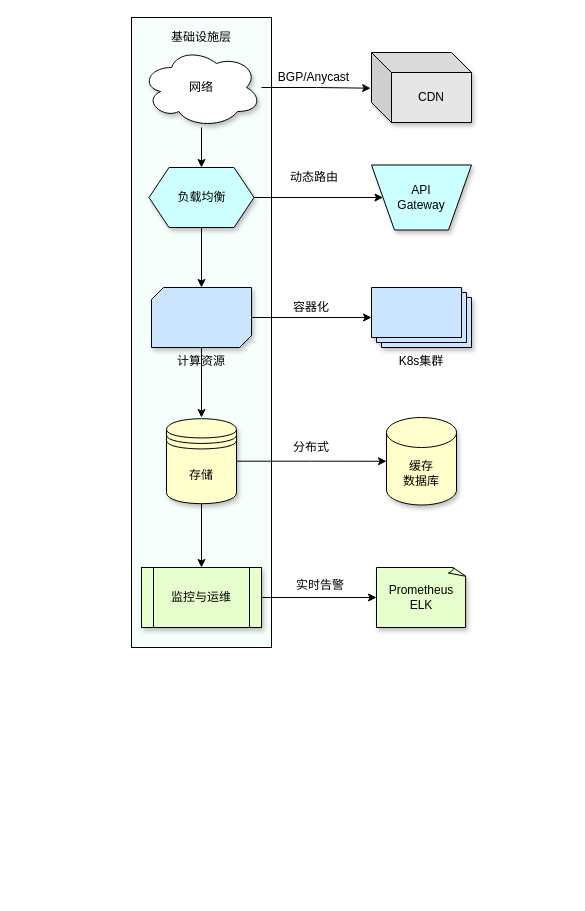
Before: achitecture_diagram/架构分层-基础设施层.drawio in abigalexy/online_drawing, a draw.io diagram. Source tidied: cells renumbered, new cells numbered last; positions are measured from the earlier drawing's top-left corner, leaving out a move shared by most shapes. Both pictures are drawn from the tidied source at 100%, with x=0, y=0 at pixel (131, 17).
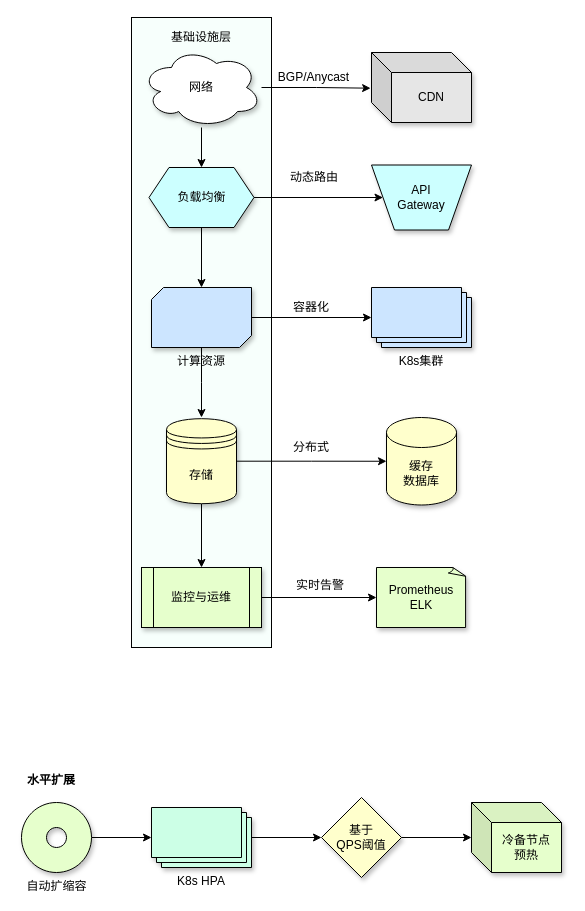
The same page after the edit.

Commit message:
更新架构分层-基础设施层.drawio

Diff of the diagram source:
```diff
@@
+    <mxCell id="29" style="group;" parent="1" vertex="1">
+      <mxGeometry x="-110" y="750" width="540" height="110" as="geometry" />
+    </mxCell>
+    <mxCell id="30" value="&lt;b&gt;水平扩展&lt;/b&gt;" style="text;strokeColor=none;align=center;fillColor=none;html=1;verticalAlign=middle;whiteSpace=wrap;rounded=0;" parent="29" vertex="1">
+      <mxGeometry width="60" height="25" as="geometry" />
+    </mxCell>
+    <mxCell id="31" style="group;" parent="29" vertex="1">
+      <mxGeometry y="30" width="540" height="80" as="geometry" />
+    </mxCell>
+    <mxCell id="32" style="edgeStyle=orthogonalEdgeStyle;rounded=0;jettySize=auto;html=1;" parent="31" edge="1" source="33" target="35">
+      <mxGeometry relative="1" as="geometry" />
+    </mxCell>
+    <mxCell id="33" value="自动扩缩容" style="verticalLabelPosition=bottom;verticalAlign=top;html=1;shape=mxgraph.basic.donut;dx=25;fillColor=#E6FFCC;shadow=1;" parent="31" vertex="1">
+      <mxGeometry y="5" width="70" height="70" as="geometry" />
+    </mxCell>
+    <mxCell id="34" style="edgeStyle=orthogonalEdgeStyle;rounded=0;jettySize=auto;html=1;entryX=0;entryY=0.5;entryDx=0;entryDy=0;" parent="31" edge="1" source="35" target="36">
+      <mxGeometry relative="1" as="geometry" />
+    </mxCell>
+    <mxCell id="35" value="K8s HPA" style="verticalLabelPosition=bottom;verticalAlign=top;html=1;shape=mxgraph.basic.layered_rect;dx=10;outlineConnect=0;whiteSpace=wrap;fillColor=#CCFFE6;shadow=1;" parent="31" vertex="1">
+      <mxGeometry x="130" y="10" width="100" height="60" as="geometry" />
+    </mxCell>
+    <mxCell id="36" value="基于&lt;br&gt;QPS阈值" style="rhombus;whiteSpace=wrap;html=1;fillColor=#FFFFCC;shadow=1;" parent="31" vertex="1">
+      <mxGeometry x="300" width="80" height="80" as="geometry" />
+    </mxCell>
+    <mxCell id="37" value="冷备节点&lt;br&gt;预热" style="shape=cube;whiteSpace=wrap;html=1;boundedLbl=1;backgroundOutline=1;darkOpacity=0.05;darkOpacity2=0.1;fillColor=#E6FFCC;shadow=1;" parent="31" vertex="1">
+      <mxGeometry x="450" y="5" width="90" height="70" as="geometry" />
+    </mxCell>
+    <mxCell id="38" style="edgeStyle=orthogonalEdgeStyle;rounded=0;jettySize=auto;html=1;entryX=0;entryY=0.5;entryDx=0;entryDy=0;entryPerimeter=0;" parent="31" edge="1" source="36" target="37">
+      <mxGeometry relative="1" as="geometry" />
+    </mxCell>
```
